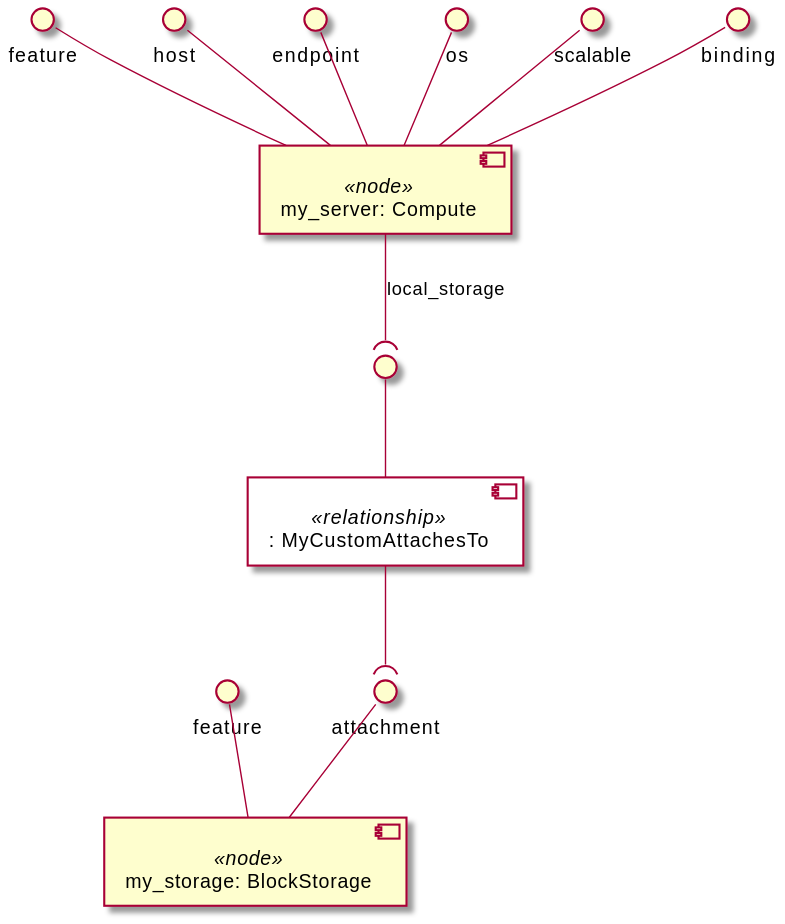
The PlantUML diagram examples/ariatosca/diagrams/uml2/block-storage-2-1.0-uml2-component-diagram2.svg in Orange-OpenSource/Cloudnet-TOSCA-toolbox, before a commit. The source it was exported from:
```plantuml
@startuml
skinparam componentStyle uml2
skinparam component {
  backgroundColor<<relationship>> White
}

component "my_server: Compute" <<node>> as node_my_server
interface "feature" as node_my_server_feature
node_my_server_feature -- node_my_server
interface "host" as node_my_server_host
node_my_server_host -- node_my_server
interface "endpoint" as node_my_server_endpoint
node_my_server_endpoint -- node_my_server
interface "os" as node_my_server_os
node_my_server_os -- node_my_server
interface "scalable" as node_my_server_scalable
node_my_server_scalable -- node_my_server
interface "binding" as node_my_server_binding
node_my_server_binding -- node_my_server
component ": MyCustomAttachesTo" <<relationship>> as node_my_server_local_storage_relationship0
interface " " as node_my_server_local_storage_relationship0_source
node_my_server_local_storage_relationship0_source -- node_my_server_local_storage_relationship0
node_my_server --( node_my_server_local_storage_relationship0_source : local_storage

component "my_storage: BlockStorage" <<node>> as node_my_storage
interface "feature" as node_my_storage_feature
node_my_storage_feature -- node_my_storage
interface "attachment" as node_my_storage_attachment
node_my_storage_attachment -- node_my_storage

node_my_server_local_storage_relationship0 --( node_my_storage_attachment
@enduml
```
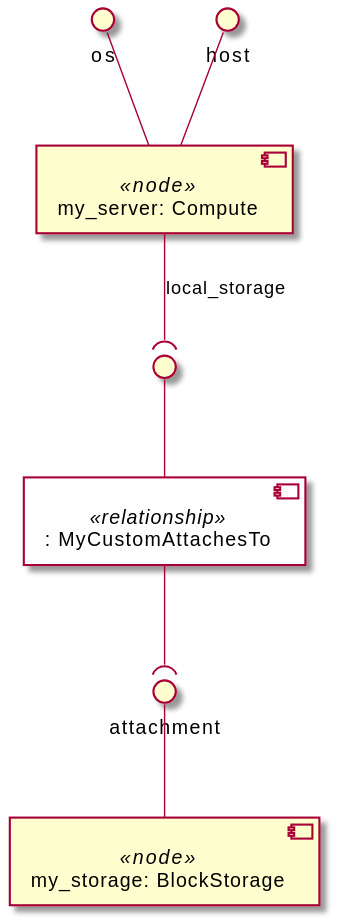
The same diagram one commit later.

Diff of the diagram source:
```diff
@@ -5,26 +5,16 @@
 }
 
 component "my_server: Compute" <<node>> as node_my_server
-interface "feature" as node_my_server_feature
-node_my_server_feature -- node_my_server
+interface "os" as node_my_server_os
+node_my_server_os -- node_my_server
 interface "host" as node_my_server_host
 node_my_server_host -- node_my_server
-interface "endpoint" as node_my_server_endpoint
-node_my_server_endpoint -- node_my_server
-interface "os" as node_my_server_os
-node_my_server_os -- node_my_server
-interface "scalable" as node_my_server_scalable
-node_my_server_scalable -- node_my_server
-interface "binding" as node_my_server_binding
-node_my_server_binding -- node_my_server
 component ": MyCustomAttachesTo" <<relationship>> as node_my_server_local_storage_relationship0
 interface " " as node_my_server_local_storage_relationship0_source
 node_my_server_local_storage_relationship0_source -- node_my_server_local_storage_relationship0
 node_my_server --( node_my_server_local_storage_relationship0_source : local_storage
 
 component "my_storage: BlockStorage" <<node>> as node_my_storage
-interface "feature" as node_my_storage_feature
-node_my_storage_feature -- node_my_storage
 interface "attachment" as node_my_storage_attachment
 node_my_storage_attachment -- node_my_storage
 
```
